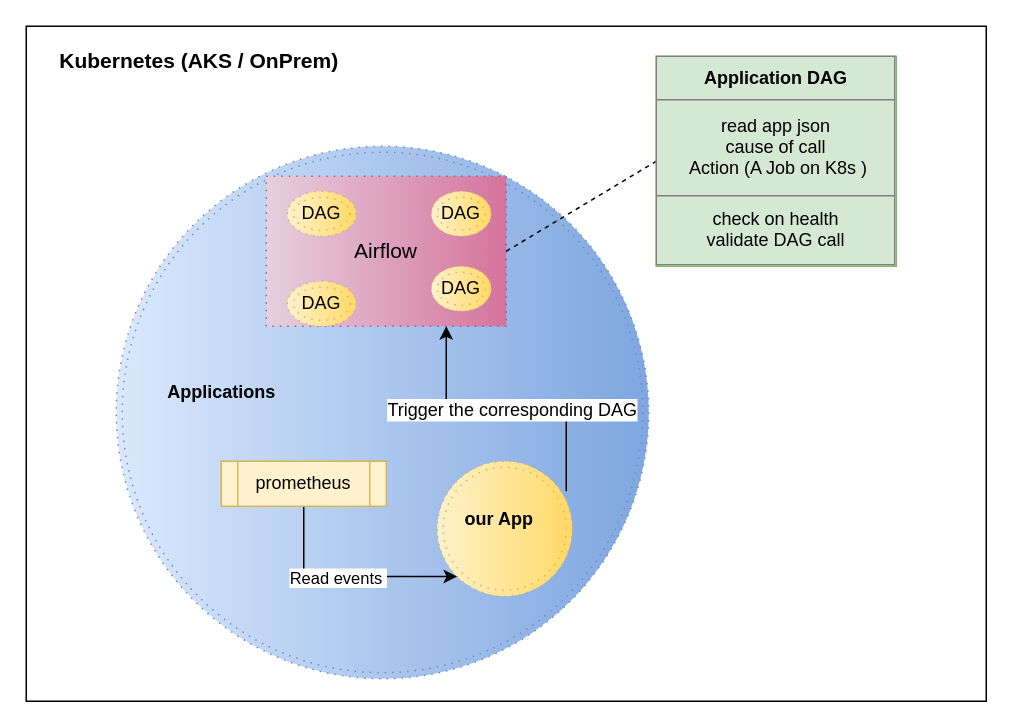
This is autoheal_k8s.drawio from nuthankumar/drawio, a draw.io file, before an edit. Source tidied: cells renumbered, new cells numbered last; positions are measured from the earlier drawing's top-left corner, leaving out a move shared by most shapes. Both pictures are drawn from the tidied source at 150%, with x=0, y=0 at pixel (26, 26).
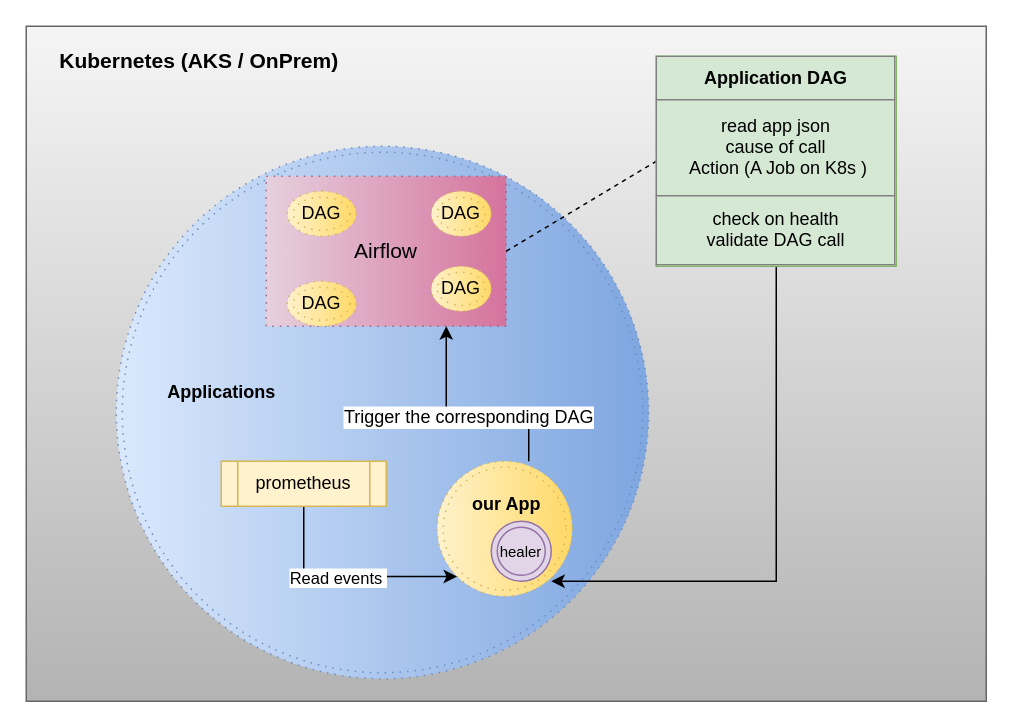
Above is the later version.

Unchanged cells that the change refers to:
```xml
<mxCell id="3" style="ellipse;shape=doubleEllipse;whiteSpace=wrap;html=1;dashed=1;dashPattern=1 4;fontSize=14;fillColor=#dae8fc;gradientColor=#7ea6e0;gradientDirection=east;strokeColor=#6c8ebf;" parent="1" vertex="1">
  <mxGeometry x="60" y="80" width="355" height="355" as="geometry" />
</mxCell>
<mxCell id="5" value="Airflow" style="html=1;whiteSpace=wrap;dashed=1;dashPattern=1 4;fontSize=14;fillColor=#e6d0de;gradientColor=#d5739d;gradientDirection=east;strokeColor=#996185;" parent="1" vertex="1">
  <mxGeometry x="160" y="100" width="160" height="100" as="geometry" />
</mxCell>
<mxCell id="20" value="&lt;table border=&quot;1&quot; width=&quot;100%&quot; cellpadding=&quot;4&quot; style=&quot;width: 100% ; height: 100% ; border-collapse: collapse&quot;&gt;&lt;tbody&gt;&lt;tr&gt;&lt;th align=&quot;center&quot;&gt;Application DAG&lt;/th&gt;&lt;/tr&gt;&lt;tr&gt;&lt;td align=&quot;center&quot;&gt;read app json&lt;br&gt;cause of call&lt;br&gt;&amp;nbsp;Action (A Job on K8s )&lt;/td&gt;&lt;/tr&gt;&lt;tr&gt;&lt;td align=&quot;center&quot;&gt;check on health&lt;br&gt;validate DAG call&lt;/td&gt;&lt;/tr&gt;&lt;/tbody&gt;&lt;/table&gt;" style="text;html=1;strokeColor=#82b366;fillColor=#d5e8d4;overflow=fill;" parent="1" vertex="1">
  <mxGeometry x="420" y="20" width="160" height="140" as="geometry" />
</mxCell>
```

The edit, as a diff of the source:
```diff
@@
-    <mxCell id="2" style="rounded=0;whiteSpace=wrap;html=1;" parent="1" vertex="1">
+    <mxCell id="2" style="rounded=0;whiteSpace=wrap;html=1;fillColor=#f5f5f5;strokeColor=#666666;gradientColor=#b3b3b3;" parent="1" vertex="1">
       <mxGeometry width="640" height="450" as="geometry" />
     </mxCell>
@@
-    <mxCell id="12" style="edgeStyle=orthogonalEdgeStyle;rounded=0;jettySize=auto;html=1;exitX=1;exitY=0;exitDx=0;exitDy=0;entryX=0.75;entryY=1;entryDx=0;entryDy=0;fontSize=12;" parent="1" edge="1" source="14" target="5">
-      <mxGeometry relative="1" as="geometry" />
+    <mxCell id="12" style="edgeStyle=orthogonalEdgeStyle;rounded=0;jettySize=auto;html=1;entryX=0.75;entryY=1;entryDx=0;entryDy=0;fontSize=12;" parent="1" edge="1" target="5">
+      <mxGeometry relative="1" as="geometry">
+        <mxPoint x="335" y="290" as="sourcePoint" />
+        <Array as="points">
+          <mxPoint x="335" y="260" />
+          <mxPoint x="280" y="260" />
+        </Array>
+      </mxGeometry>
     </mxCell>
@@
     <mxCell id="14" value="&lt;span style=&quot;font-size: 12px&quot;&gt;our App&lt;/span&gt;" style="text;strokeColor=none;fillColor=none;html=1;fontSize=24;fontStyle=1;verticalAlign=middle;align=center;dashed=1;dashPattern=1 4;" parent="1" vertex="1">
-      <mxGeometry x="270" y="310" width="90" height="30" as="geometry" />
+      <mxGeometry x="305" y="300" width="30" height="30" as="geometry" />
     </mxCell>
@@
+    <mxCell id="21" style="edgeStyle=orthogonalEdgeStyle;rounded=0;jettySize=auto;html=1;exitX=0.5;exitY=1;exitDx=0;exitDy=0;entryX=0.817;entryY=0.817;entryDx=0;entryDy=0;entryPerimeter=0;" parent="1" edge="1" source="20" target="3">
+      <mxGeometry relative="1" as="geometry" />
+    </mxCell>
@@
+    <mxCell id="22" value="&lt;font style=&quot;font-size: 10px&quot;&gt;healer&lt;/font&gt;" style="ellipse;shape=doubleEllipse;whiteSpace=wrap;html=1;fillColor=#e1d5e7;strokeColor=#9673a6;" parent="1" vertex="1">
+      <mxGeometry x="310" y="330" width="40" height="40" as="geometry" />
+    </mxCell>
```
